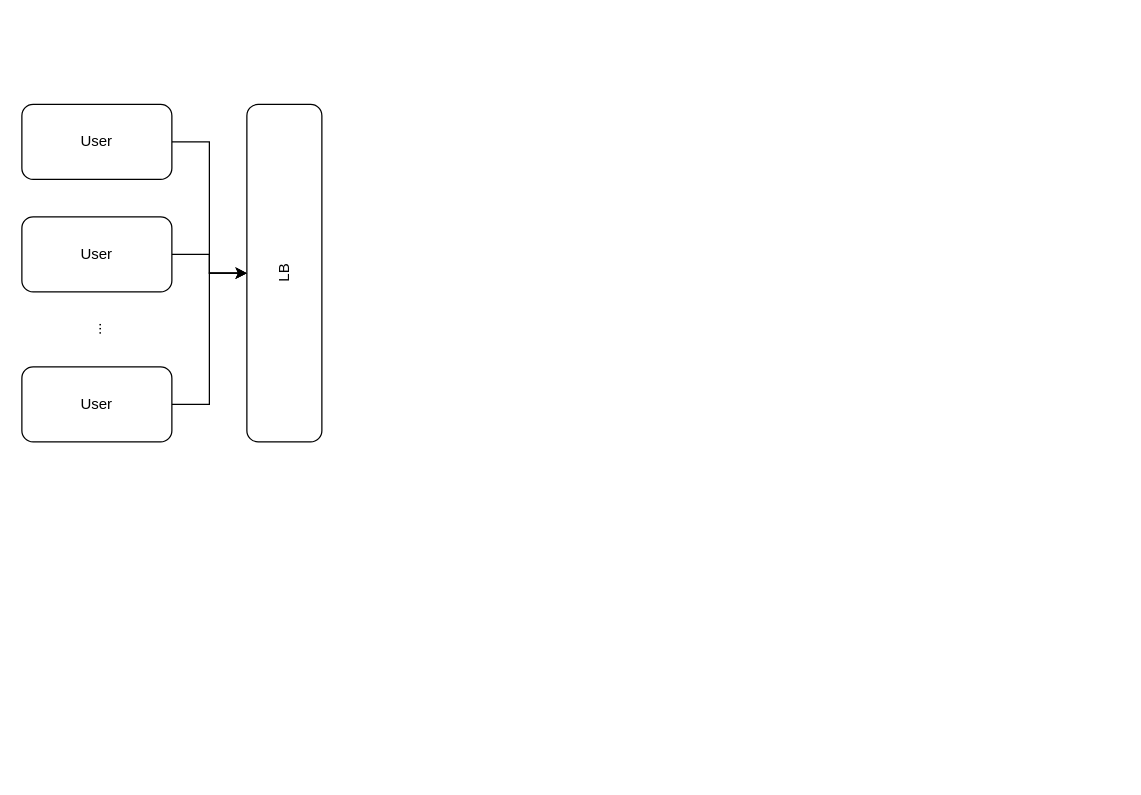
This is drawios/Design Netflix.drawio from whmou/component-archs, a draw.io file, before an edit. Source tidied: cells renumbered, new cells numbered last; positions are measured from the earlier drawing's top-left corner, leaving out a move shared by most shapes. Both pictures are drawn from the tidied source at 125%, with x=0, y=0 at pixel (21, 104).
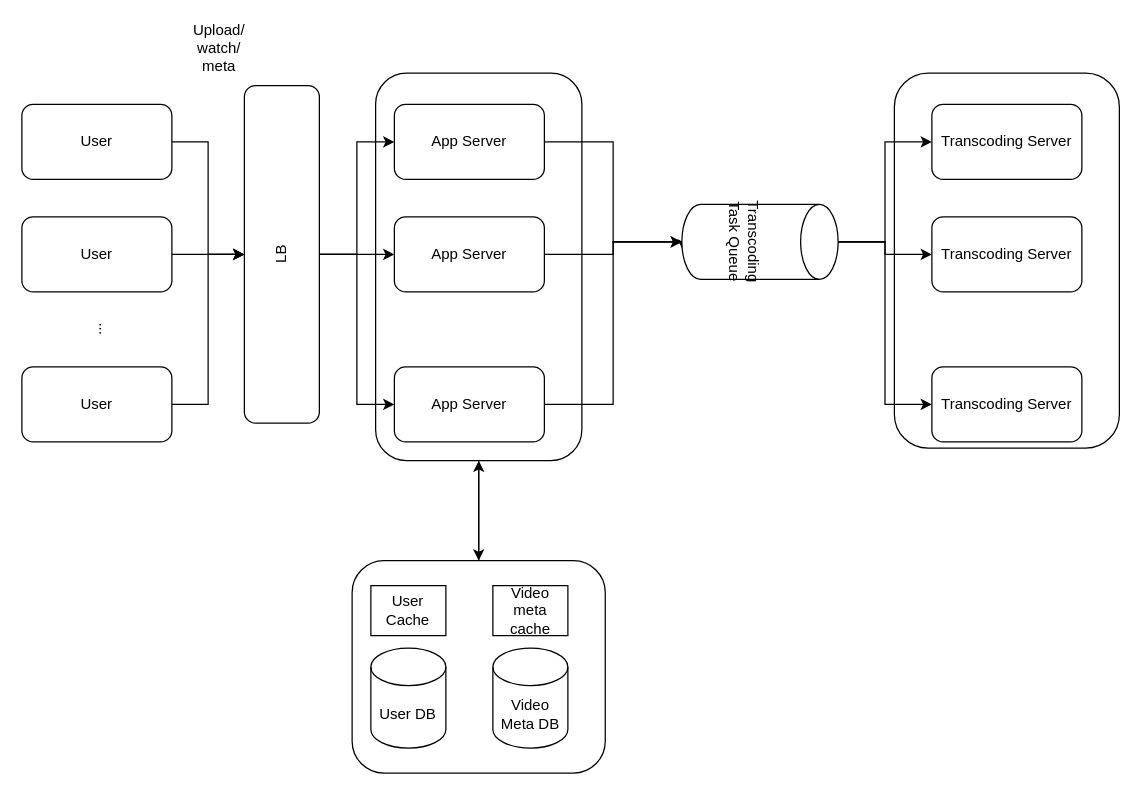
The same diagram, later.

Change to the diagram source:
```diff
@@
+    <mxCell id="10" style="rounded=1;whiteSpace=wrap;html=1;" parent="1" vertex="1">
+      <mxGeometry x="698" y="-25" width="180" height="300" as="geometry" />
+    </mxCell>
+    <mxCell id="11" style="edgeStyle=orthogonalEdgeStyle;rounded=0;jettySize=auto;html=1;entryX=0.5;entryY=0;entryDx=0;entryDy=0;" parent="1" edge="1" source="12" target="14">
+      <mxGeometry relative="1" as="geometry" />
+    </mxCell>
+    <mxCell id="12" style="rounded=1;whiteSpace=wrap;html=1;" parent="1" vertex="1">
+      <mxGeometry x="283" y="-25" width="165" height="310" as="geometry" />
+    </mxCell>
+    <mxCell id="13" style="edgeStyle=orthogonalEdgeStyle;rounded=0;jettySize=auto;html=1;entryX=0.5;entryY=1;entryDx=0;entryDy=0;" parent="1" edge="1" source="14" target="12">
+      <mxGeometry relative="1" as="geometry" />
+    </mxCell>
+    <mxCell id="14" style="rounded=1;whiteSpace=wrap;html=1;" parent="1" vertex="1">
+      <mxGeometry x="264.2" y="365" width="202.5" height="170" as="geometry" />
+    </mxCell>
@@
+    <mxCell id="15" style="edgeStyle=orthogonalEdgeStyle;rounded=0;jettySize=auto;html=1;" parent="1" edge="1" source="9" target="20">
+      <mxGeometry relative="1" as="geometry" />
+    </mxCell>
+    <mxCell id="16" style="edgeStyle=orthogonalEdgeStyle;rounded=0;jettySize=auto;html=1;" parent="1" edge="1" source="9" target="22">
+      <mxGeometry relative="1" as="geometry" />
+    </mxCell>
+    <mxCell id="17" style="edgeStyle=orthogonalEdgeStyle;rounded=0;jettySize=auto;html=1;" parent="1" edge="1" source="9" target="24">
+      <mxGeometry relative="1" as="geometry" />
+    </mxCell>
     <mxCell id="9" value="LB" style="rounded=1;whiteSpace=wrap;html=1;rotation=-90;" parent="1" vertex="1">
-      <mxGeometry x="75" y="105" width="270" height="60" as="geometry" />
+      <mxGeometry x="73" y="90" width="270" height="60" as="geometry" />
     </mxCell>
+    <mxCell id="18" value="Upload/ watch/&lt;br&gt;meta" style="text;html=1;strokeColor=none;fillColor=none;align=center;verticalAlign=middle;whiteSpace=wrap;rounded=0;" parent="1" vertex="1">
+      <mxGeometry x="138" y="-55" width="40" height="20" as="geometry" />
+    </mxCell>
+    <mxCell id="19" style="edgeStyle=orthogonalEdgeStyle;rounded=0;jettySize=auto;html=1;entryX=0.5;entryY=1;entryDx=0;entryDy=0;entryPerimeter=0;" parent="1" edge="1" source="20" target="28">
+      <mxGeometry relative="1" as="geometry" />
+    </mxCell>
+    <mxCell id="20" value="App Server" style="rounded=1;whiteSpace=wrap;html=1;" parent="1" vertex="1">
+      <mxGeometry x="298" width="120" height="60" as="geometry" />
+    </mxCell>
+    <mxCell id="21" style="edgeStyle=orthogonalEdgeStyle;rounded=0;jettySize=auto;html=1;entryX=0.5;entryY=1;entryDx=0;entryDy=0;entryPerimeter=0;" parent="1" edge="1" source="22" target="28">
+      <mxGeometry relative="1" as="geometry" />
+    </mxCell>
+    <mxCell id="22" value="App Server" style="rounded=1;whiteSpace=wrap;html=1;" parent="1" vertex="1">
+      <mxGeometry x="298" y="90" width="120" height="60" as="geometry" />
+    </mxCell>
+    <mxCell id="23" style="edgeStyle=orthogonalEdgeStyle;rounded=0;jettySize=auto;html=1;entryX=0.617;entryY=0.992;entryDx=0;entryDy=0;entryPerimeter=0;" parent="1" edge="1" source="24" target="28">
+      <mxGeometry relative="1" as="geometry">
+        <Array as="points">
+          <mxPoint x="473" y="240" />
+          <mxPoint x="473" y="110" />
+          <mxPoint x="529" y="110" />
+        </Array>
+      </mxGeometry>
+    </mxCell>
+    <mxCell id="24" value="App Server" style="rounded=1;whiteSpace=wrap;html=1;" parent="1" vertex="1">
+      <mxGeometry x="298" y="210" width="120" height="60" as="geometry" />
+    </mxCell>
+    <mxCell id="25" style="edgeStyle=orthogonalEdgeStyle;rounded=0;jettySize=auto;html=1;entryX=0;entryY=0.5;entryDx=0;entryDy=0;" parent="1" edge="1" source="28" target="33">
+      <mxGeometry relative="1" as="geometry" />
+    </mxCell>
+    <mxCell id="26" style="edgeStyle=orthogonalEdgeStyle;rounded=0;jettySize=auto;html=1;" parent="1" edge="1" source="28" target="34">
+      <mxGeometry relative="1" as="geometry" />
+    </mxCell>
+    <mxCell id="27" style="edgeStyle=orthogonalEdgeStyle;rounded=0;jettySize=auto;html=1;entryX=0;entryY=0.5;entryDx=0;entryDy=0;" parent="1" edge="1" source="28" target="35">
+      <mxGeometry relative="1" as="geometry" />
+    </mxCell>
+    <mxCell id="28" value="Transcoding Task Queue" style="shape=cylinder3;whiteSpace=wrap;html=1;boundedLbl=1;backgroundOutline=1;size=15;rotation=90;" parent="1" vertex="1">
+      <mxGeometry x="560.5" y="47.5" width="60" height="125" as="geometry" />
+    </mxCell>
+    <mxCell id="29" value="User DB" style="shape=cylinder3;whiteSpace=wrap;html=1;boundedLbl=1;backgroundOutline=1;size=15;" parent="1" vertex="1">
+      <mxGeometry x="279.2" y="435" width="60" height="80" as="geometry" />
+    </mxCell>
+    <mxCell id="30" value="User Cache" style="rounded=0;whiteSpace=wrap;html=1;" parent="1" vertex="1">
+      <mxGeometry x="279.2" y="385" width="60" height="40" as="geometry" />
+    </mxCell>
+    <mxCell id="31" value="Video meta cache" style="rounded=0;whiteSpace=wrap;html=1;" parent="1" vertex="1">
+      <mxGeometry x="376.8" y="385" width="60" height="40" as="geometry" />
+    </mxCell>
+    <mxCell id="32" value="Video Meta DB" style="shape=cylinder3;whiteSpace=wrap;html=1;boundedLbl=1;backgroundOutline=1;size=15;" parent="1" vertex="1">
+      <mxGeometry x="376.8" y="435" width="60" height="80" as="geometry" />
+    </mxCell>
+    <mxCell id="33" value="Transcoding Server" style="rounded=1;whiteSpace=wrap;html=1;" parent="1" vertex="1">
+      <mxGeometry x="728" width="120" height="60" as="geometry" />
+    </mxCell>
+    <mxCell id="34" value="Transcoding Server" style="rounded=1;whiteSpace=wrap;html=1;" parent="1" vertex="1">
+      <mxGeometry x="728" y="90" width="120" height="60" as="geometry" />
+    </mxCell>
+    <mxCell id="35" value="Transcoding Server" style="rounded=1;whiteSpace=wrap;html=1;" parent="1" vertex="1">
+      <mxGeometry x="728" y="210" width="120" height="60" as="geometry" />
+    </mxCell>
```
